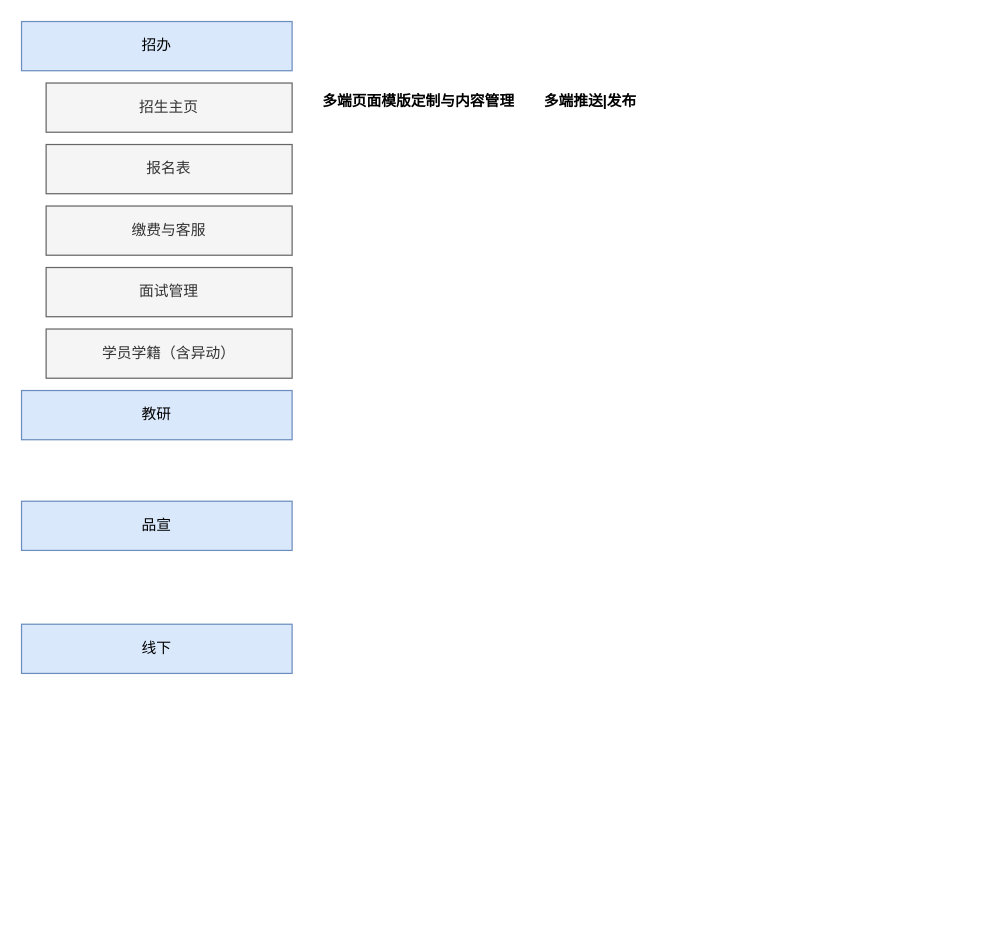
Above: 未命名表单.drawio in HunkJia/HUNK (draw.io), before the change. Source tidied: cells renumbered, new cells numbered last; positions are measured from the earlier drawing's top-left corner, leaving out a move shared by most shapes. Both pictures are drawn from the tidied source at 123%, with x=0, y=0 at pixel (21, 21).
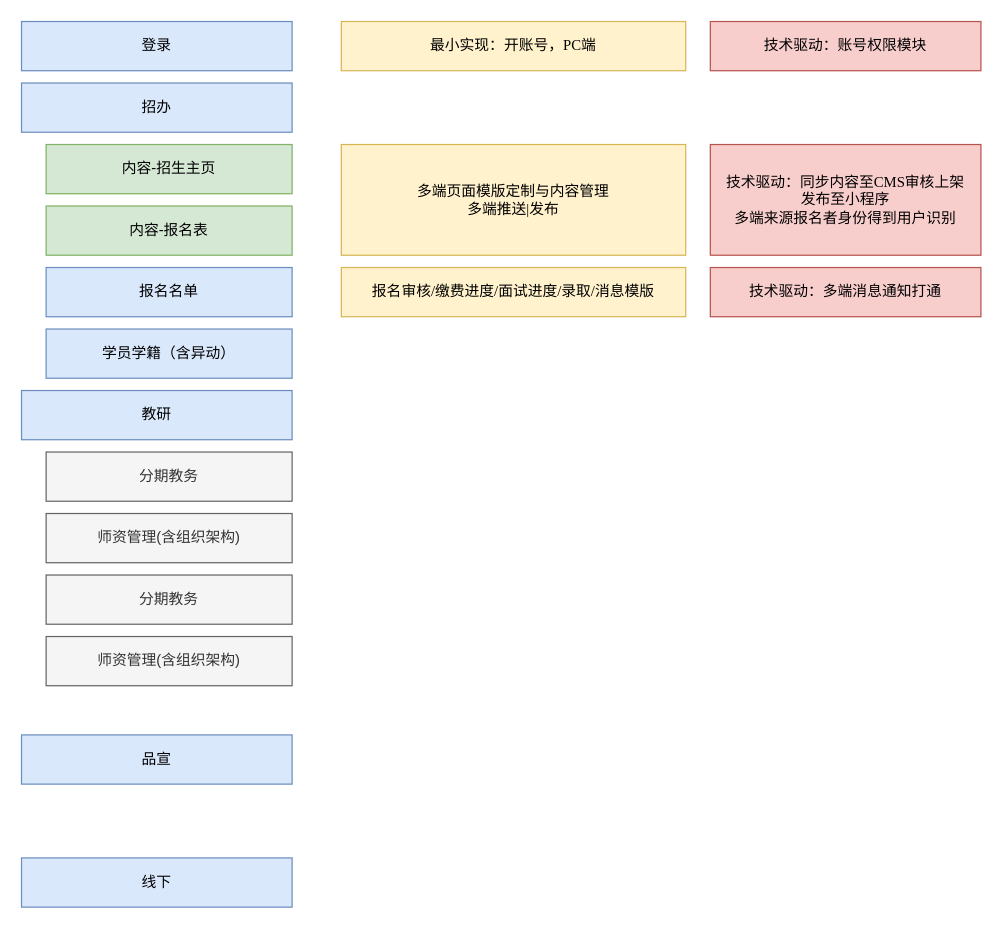
The same diagram, later.

Commit message (it also covers changes not shown here):
更新未命名表单.drawio

What changed in the source:
```diff
@@
+    <mxCell id="13" value="&lt;div&gt;多端页面模版定制与内容管理&lt;/div&gt;&lt;div&gt;多端推送|发布&lt;/div&gt;" style="rounded=0;whiteSpace=wrap;html=1;fontFamily=Garamond;fillColor=#fff2cc;strokeColor=#d6b656;" parent="1" vertex="1">
+      <mxGeometry x="260" y="100" width="280" height="90" as="geometry" />
+    </mxCell>
     <mxCell id="2" value="招办" style="rounded=0;whiteSpace=wrap;html=1;fillColor=#dae8fc;strokeColor=#6c8ebf;" parent="1" vertex="1">
-      <mxGeometry width="220" height="40" as="geometry" />
+      <mxGeometry y="50" width="220" height="40" as="geometry" />
     </mxCell>
@@
     <mxCell id="4" value="品宣" style="rounded=0;whiteSpace=wrap;html=1;fillColor=#dae8fc;strokeColor=#6c8ebf;" parent="1" vertex="1">
-      <mxGeometry y="390" width="220" height="40" as="geometry" />
+      <mxGeometry y="580" width="220" height="40" as="geometry" />
     </mxCell>
     <mxCell id="5" value="线下" style="rounded=0;whiteSpace=wrap;html=1;fillColor=#dae8fc;strokeColor=#6c8ebf;" parent="1" vertex="1">
-      <mxGeometry y="490" width="220" height="40" as="geometry" />
+      <mxGeometry y="680" width="220" height="40" as="geometry" />
     </mxCell>
-    <mxCell id="6" value="招生主页" style="text;html=1;strokeColor=#666666;fillColor=#f5f5f5;align=center;verticalAlign=middle;whiteSpace=wrap;rounded=0;fontColor=#333333;" parent="1" vertex="1">
-      <mxGeometry x="20" y="50" width="200" height="40" as="geometry" />
+    <mxCell id="6" value="内容-招生主页" style="text;html=1;strokeColor=#82b366;fillColor=#d5e8d4;align=center;verticalAlign=middle;whiteSpace=wrap;rounded=0;" parent="1" vertex="1">
+      <mxGeometry x="20" y="100" width="200" height="40" as="geometry" />
     </mxCell>
-    <mxCell id="7" value="报名表" style="text;html=1;strokeColor=#666666;fillColor=#f5f5f5;align=center;verticalAlign=middle;whiteSpace=wrap;rounded=0;fontColor=#333333;" parent="1" vertex="1">
-      <mxGeometry x="20" y="100" width="200" height="40" as="geometry" />
+    <mxCell id="7" value="内容-报名表" style="text;html=1;strokeColor=#82b366;fillColor=#d5e8d4;align=center;verticalAlign=middle;whiteSpace=wrap;rounded=0;" parent="1" vertex="1">
+      <mxGeometry x="20" y="150" width="200" height="40" as="geometry" />
     </mxCell>
-    <mxCell id="8" value="&lt;span&gt;面试管理&lt;/span&gt;" style="text;html=1;strokeColor=#666666;fillColor=#f5f5f5;align=center;verticalAlign=middle;whiteSpace=wrap;rounded=0;fontColor=#333333;" parent="1" vertex="1">
-      <mxGeometry x="20" y="200" width="200" height="40" as="geometry" />
-    </mxCell>
-    <mxCell id="9" value="学员学籍（含异动）" style="text;html=1;strokeColor=#666666;fillColor=#f5f5f5;align=center;verticalAlign=middle;whiteSpace=wrap;rounded=0;fontColor=#333333;" parent="1" vertex="1">
+    <mxCell id="9" value="学员学籍（含异动）" style="text;html=1;strokeColor=#6c8ebf;fillColor=#dae8fc;align=center;verticalAlign=middle;whiteSpace=wrap;rounded=0;" parent="1" vertex="1">
       <mxGeometry x="20" y="250" width="200" height="40" as="geometry" />
     </mxCell>
-    <mxCell id="10" value="缴费与客服" style="text;html=1;strokeColor=#666666;fillColor=#f5f5f5;align=center;verticalAlign=middle;whiteSpace=wrap;rounded=0;fontColor=#333333;" parent="1" vertex="1">
-      <mxGeometry x="20" y="150" width="200" height="40" as="geometry" />
-    </mxCell>
-    <mxCell id="11" value="&lt;h1 style=&quot;font-size: 12px&quot;&gt;多端页面模版定制与内容管理&lt;/h1&gt;" style="text;html=1;strokeColor=none;fillColor=none;spacing=5;spacingTop=-20;whiteSpace=wrap;overflow=hidden;rounded=0;fontSize=12;" parent="1" vertex="1">
-      <mxGeometry x="240" y="60" width="190" height="20" as="geometry" />
-    </mxCell>
-    <mxCell id="12" value="&lt;h1 style=&quot;font-size: 12px&quot;&gt;多端推送|发布&lt;/h1&gt;" style="text;html=1;strokeColor=none;fillColor=none;spacing=5;spacingTop=-20;whiteSpace=wrap;overflow=hidden;rounded=0;fontSize=12;" parent="1" vertex="1">
-      <mxGeometry x="420" y="60" width="100" height="20" as="geometry" />
-    </mxCell>
+    <mxCell id="14" value="分期教务" style="text;html=1;strokeColor=#666666;fillColor=#f5f5f5;align=center;verticalAlign=middle;whiteSpace=wrap;rounded=0;fontColor=#333333;" parent="1" vertex="1">
+      <mxGeometry x="20" y="350" width="200" height="40" as="geometry" />
+    </mxCell>
+    <mxCell id="15" value="师资管理(含组织架构)" style="text;html=1;strokeColor=#666666;fillColor=#f5f5f5;align=center;verticalAlign=middle;whiteSpace=wrap;rounded=0;fontColor=#333333;" parent="1" vertex="1">
+      <mxGeometry x="20" y="400" width="200" height="40" as="geometry" />
+    </mxCell>
+    <mxCell id="16" value="师资管理(含组织架构)" style="text;html=1;strokeColor=#666666;fillColor=#f5f5f5;align=center;verticalAlign=middle;whiteSpace=wrap;rounded=0;fontColor=#333333;" parent="1" vertex="1">
+      <mxGeometry x="20" y="500" width="200" height="40" as="geometry" />
+    </mxCell>
+    <mxCell id="17" value="分期教务" style="text;html=1;strokeColor=#666666;fillColor=#f5f5f5;align=center;verticalAlign=middle;whiteSpace=wrap;rounded=0;fontColor=#333333;" parent="1" vertex="1">
+      <mxGeometry x="20" y="450" width="200" height="40" as="geometry" />
+    </mxCell>
+    <mxCell id="18" value="报名名单" style="text;html=1;strokeColor=#6c8ebf;fillColor=#dae8fc;align=center;verticalAlign=middle;whiteSpace=wrap;rounded=0;" parent="1" vertex="1">
+      <mxGeometry x="20" y="200" width="200" height="40" as="geometry" />
+    </mxCell>
+    <mxCell id="19" value="报名审核/缴费进度/面试进度/录取/消息模版&lt;div style=&quot;text-align: left&quot;&gt;&lt;/div&gt;" style="rounded=0;whiteSpace=wrap;html=1;fontFamily=Garamond;fillColor=#fff2cc;strokeColor=#d6b656;" parent="1" vertex="1">
+      <mxGeometry x="260" y="200" width="280" height="40" as="geometry" />
+    </mxCell>
+    <mxCell id="20" value="技术驱动：多端消息通知打通&lt;div style=&quot;text-align: left&quot;&gt;&lt;/div&gt;" style="rounded=0;whiteSpace=wrap;html=1;fontFamily=Garamond;fillColor=#f8cecc;strokeColor=#b85450;" parent="1" vertex="1">
+      <mxGeometry x="560" y="200" width="220" height="40" as="geometry" />
+    </mxCell>
+    <mxCell id="21" value="登录" style="rounded=0;whiteSpace=wrap;html=1;fillColor=#dae8fc;strokeColor=#6c8ebf;" parent="1" vertex="1">
+      <mxGeometry width="220" height="40" as="geometry" />
+    </mxCell>
+    <mxCell id="22" value="最小实现：开账号，PC端&lt;div style=&quot;text-align: left&quot;&gt;&lt;/div&gt;" style="rounded=0;whiteSpace=wrap;html=1;fontFamily=Garamond;fillColor=#fff2cc;strokeColor=#d6b656;" parent="1" vertex="1">
+      <mxGeometry x="260" width="280" height="40" as="geometry" />
+    </mxCell>
+    <mxCell id="23" value="技术驱动：账号权限模块&lt;div style=&quot;text-align: left&quot;&gt;&lt;/div&gt;" style="rounded=0;whiteSpace=wrap;html=1;fontFamily=Garamond;fillColor=#f8cecc;strokeColor=#b85450;" parent="1" vertex="1">
+      <mxGeometry x="560" width="220" height="40" as="geometry" />
+    </mxCell>
+    <mxCell id="24" value="技术驱动：同步内容至CMS审核上架&lt;br&gt;发布至小程序&lt;br&gt;多端来源报名者身份得到用户识别&lt;br&gt;&lt;div style=&quot;text-align: left&quot;&gt;&lt;/div&gt;" style="rounded=0;whiteSpace=wrap;html=1;fontFamily=Garamond;fillColor=#f8cecc;strokeColor=#b85450;" parent="1" vertex="1">
+      <mxGeometry x="560" y="100" width="220" height="90" as="geometry" />
+    </mxCell>
```
